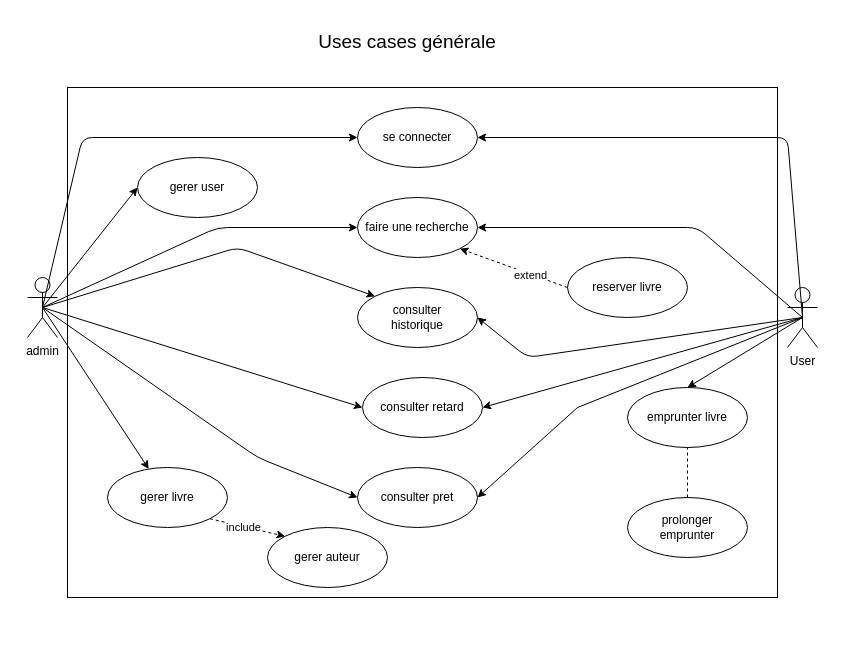
Earlier version of the draw.io diagram page "use_cases_generale" (1 of 3) of diagramme/use_cases/use_cases.drawio (SquizzzGeekCat/Projet-Python_Bibliotheque). Source tidied: cells renumbered, new cells numbered last; positions are measured from the earlier drawing's top-left corner, leaving out a move shared by most shapes. Both pictures are drawn from the tidied source at 100%, with x=0, y=0 at pixel (27, 27).
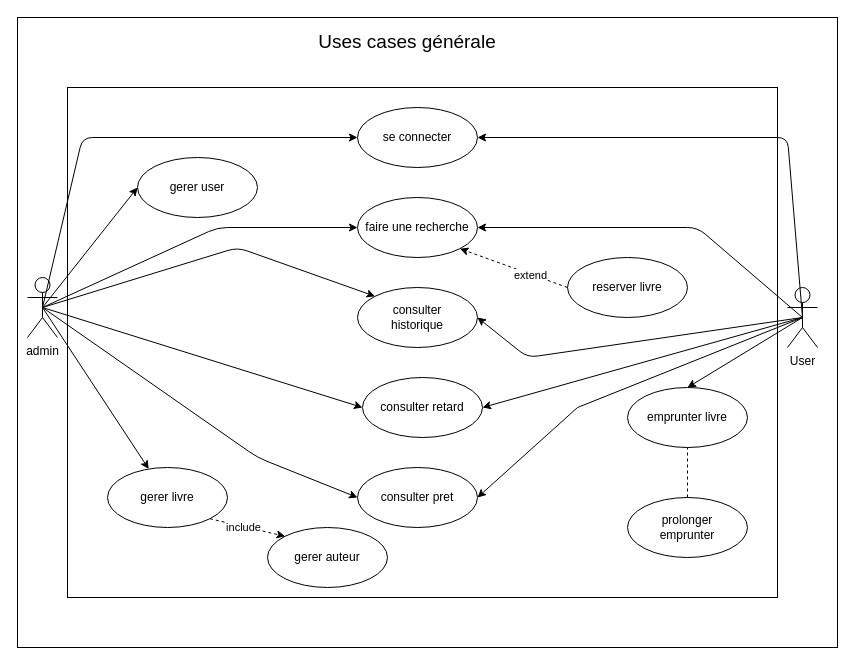
The same page after the edit.

The edit, as a diff of the source:
```diff
@@
+    <mxCell id="35" style="rounded=0;whiteSpace=wrap;html=1;" parent="1" vertex="1">
+      <mxGeometry x="-10" y="-10" width="820" height="630" as="geometry" />
+    </mxCell>
```
